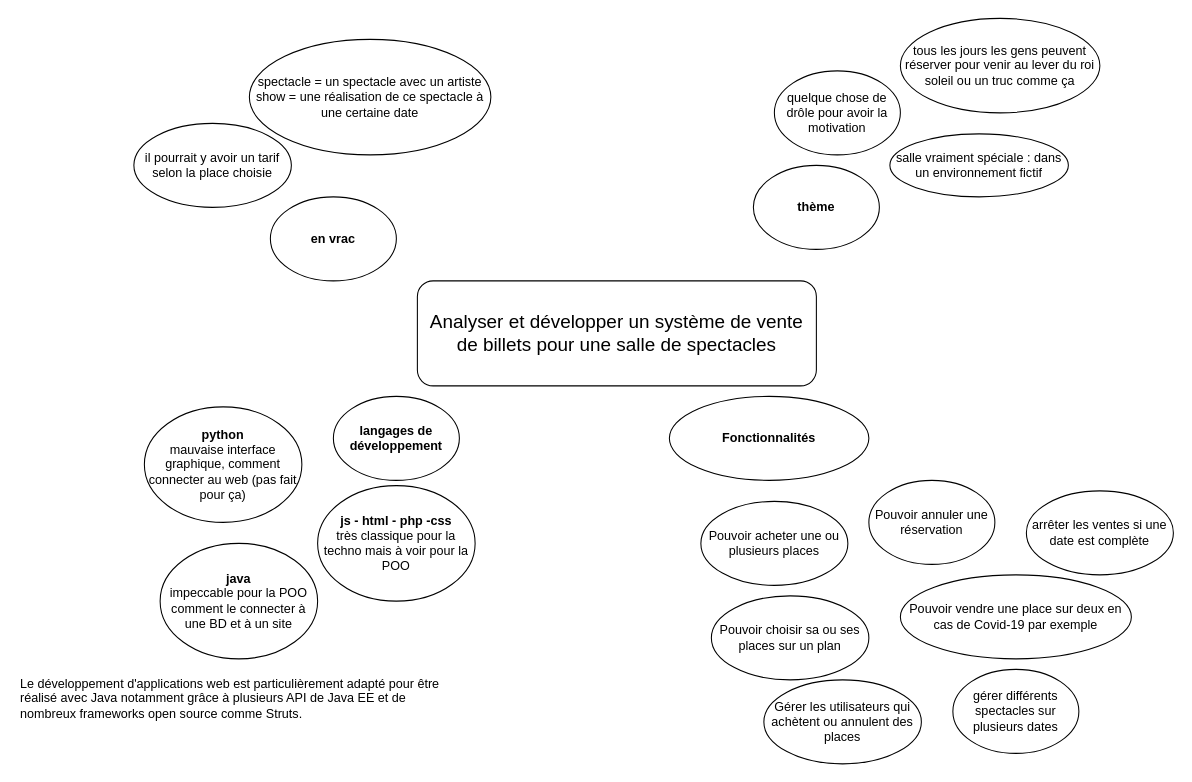
Earlier version of the draw.io diagram page "brainstorming" (1 of 6) of analyse/Diagramme sans nom.drawio (baptisteRiviere/SpectacleHallManagement). Source tidied: cells renumbered, new cells numbered last; positions are measured from the earlier drawing's top-left corner, leaving out a move shared by most shapes. Both pictures are drawn from the tidied source at 105%, with x=0, y=0 at pixel (18, 18).
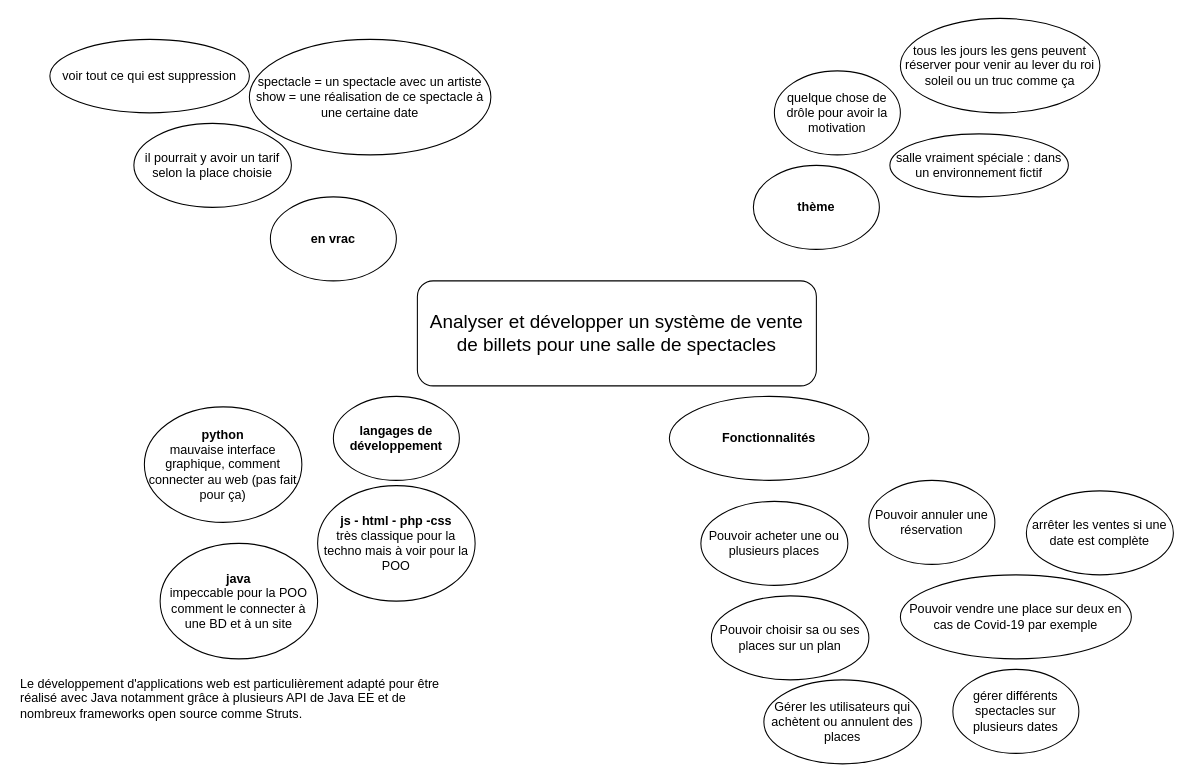
The same diagram, later.

The edit, as a diff of the source:
```diff
@@
+    <mxCell id="23" value="voir tout ce qui est suppression" style="ellipse;whiteSpace=wrap;html=1;" parent="1" vertex="1">
+      <mxGeometry x="30" y="20" width="190" height="70" as="geometry" />
+    </mxCell>
```
